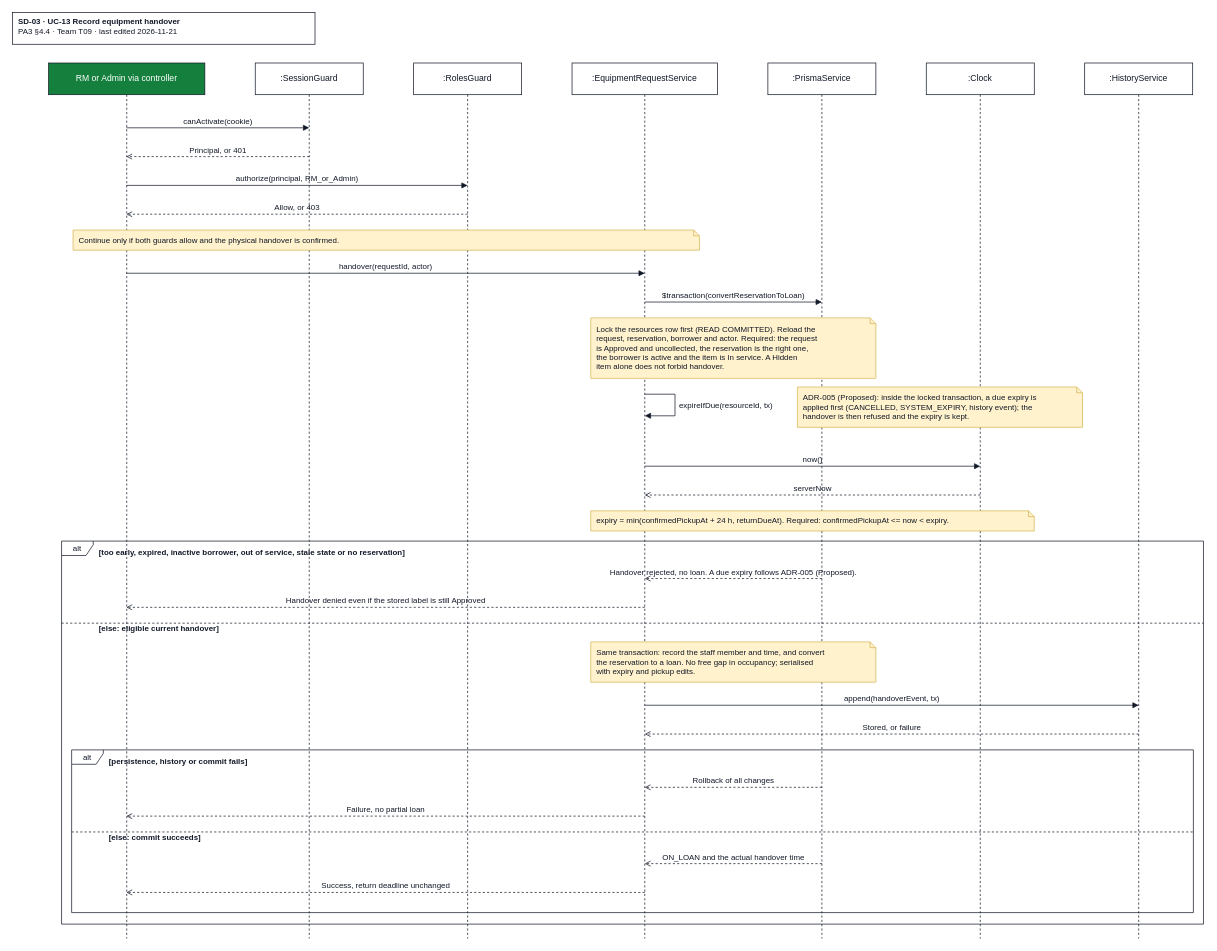
The draw.io diagram docs/design/diagrams/SD-03_uc13-handover.drawio in JuliaTrang/T09-CampusBorrow, before the edit. Source tidied: cells renumbered, new cells numbered last; positions are measured from the earlier drawing's top-left corner, leaving out a move shared by most shapes. Both pictures are drawn from the tidied source at 72%, with x=0, y=0 at pixel (12, 12).
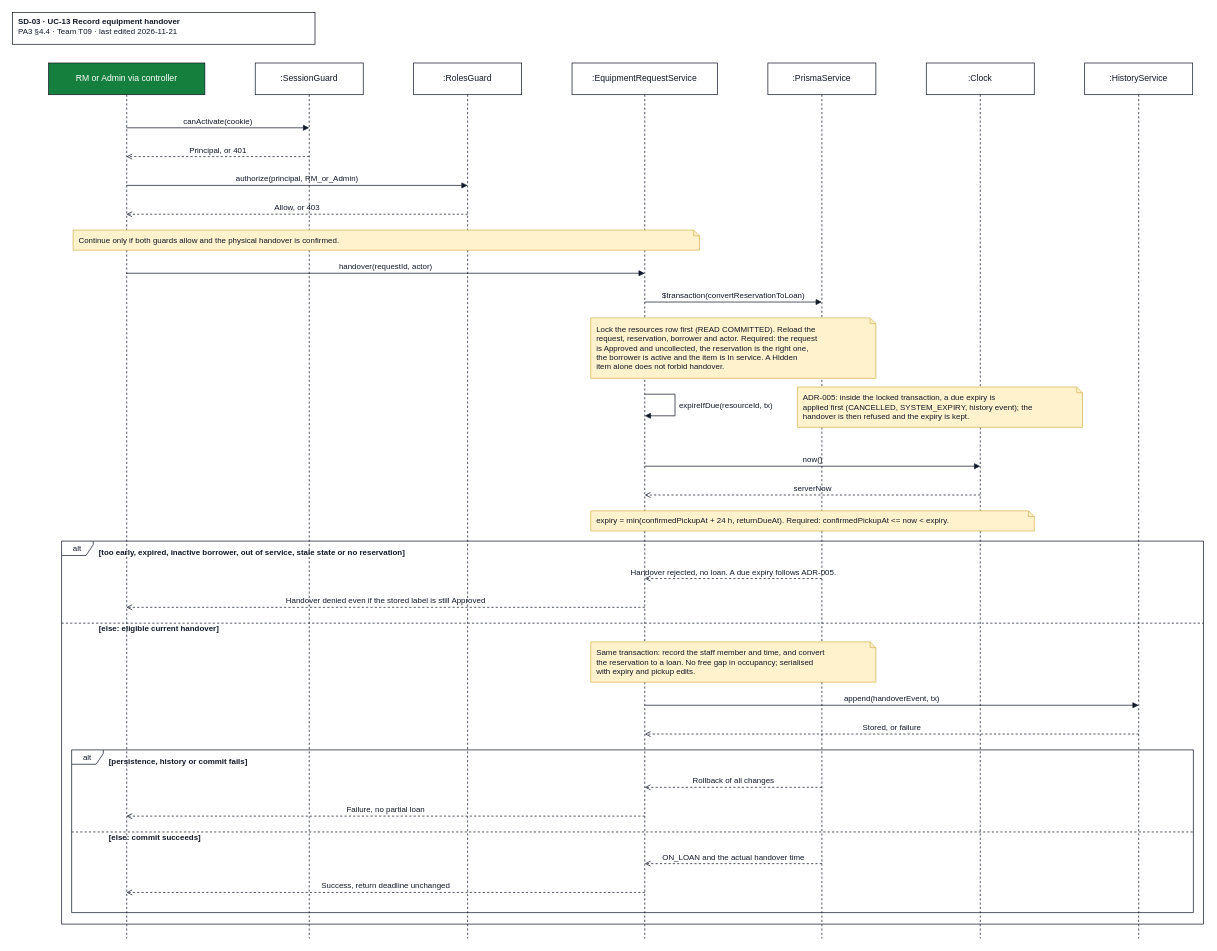
The same diagram, later.

Diff of the diagram source:
```diff
@@
-    <mxCell id="30" value="Handover rejected, no loan. A due expiry follows ADR-005 (Proposed)." style="html=1;verticalAlign=bottom;labelBackgroundColor=none;strokeColor=#111827;fontFamily=Arial;fontSize=11;fontColor=#111827;dashed=1;endArrow=open;endFill=0;" parent="1" edge="1">
+    <mxCell id="30" value="Handover rejected, no loan. A due expiry follows ADR-005." style="html=1;verticalAlign=bottom;labelBackgroundColor=none;strokeColor=#111827;fontFamily=Arial;fontSize=11;fontColor=#111827;dashed=1;endArrow=open;endFill=0;" parent="1" edge="1">
       <mxGeometry relative="1" as="geometry">
         <mxPoint x="1124" y="786" as="sourcePoint" />
         <mxPoint x="878" y="786" as="targetPoint" />
       </mxGeometry>
     </mxCell>
@@
-    <mxCell id="39" value="ADR-005 (Proposed): inside the locked transaction, a due expiry is&lt;br&gt;applied first (CANCELLED, SYSTEM_EXPIRY, history event); the&lt;br&gt;handover is then refused and the expiry is kept." style="shape=note;size=8;whiteSpace=wrap;html=1;align=left;verticalAlign=middle;spacingLeft=6;fillColor=#fff2cc;strokeColor=#d6b656;fontFamily=Arial;fontSize=11;fontColor=#111827;" parent="1" vertex="1">
+    <mxCell id="39" value="ADR-005: inside the locked transaction, a due expiry is&lt;br&gt;applied first (CANCELLED, SYSTEM_EXPIRY, history event); the&lt;br&gt;handover is then refused and the expiry is kept." style="shape=note;size=8;whiteSpace=wrap;html=1;align=left;verticalAlign=middle;spacingLeft=6;fillColor=#fff2cc;strokeColor=#d6b656;fontFamily=Arial;fontSize=11;fontColor=#111827;" parent="1" vertex="1">
       <mxGeometry x="1090" y="520" width="396" height="56" as="geometry" />
     </mxCell>
```
